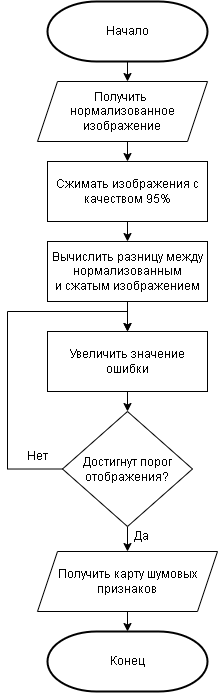
Earlier version of the draw.io export doc/tex/img/algorithm.png (jokerva1010123/BMSTU-Diplom-Magis). Source tidied: cells renumbered, new cells last; positions are measured from the earlier drawing's top-left corner, leaving out a move shared by most shapes.
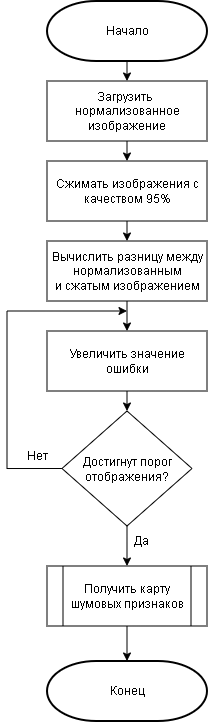
The same diagram one commit later.

Diff of the diagram source:
```diff
@@ -11,7 +11,7 @@
       <mxGeometry x="40" width="160" height="60" as="geometry" />
     </mxCell>
     <mxCell id="4" value="Конец" style="strokeWidth=2;html=1;shape=mxgraph.flowchart.terminator;whiteSpace=wrap;" parent="1" vertex="1">
-      <mxGeometry x="40" y="630" width="160" height="60" as="geometry" />
+      <mxGeometry x="40" y="660" width="160" height="60" as="geometry" />
     </mxCell>
     <mxCell id="5" style="edgeStyle=orthogonalEdgeStyle;rounded=0;jettySize=auto;html=1;exitX=0.5;exitY=1;exitDx=0;exitDy=0;entryX=0.5;entryY=0;entryDx=0;entryDy=0;" parent="1" edge="1" target="7">
       <mxGeometry relative="1" as="geometry">
@@ -36,8 +36,9 @@
     <mxCell id="11" value="Увеличить значение ошибки" style="rounded=0;whiteSpace=wrap;html=1;" parent="1" vertex="1">
       <mxGeometry x="40" y="330" width="160" height="60" as="geometry" />
     </mxCell>
-    <mxCell id="12" style="edgeStyle=orthogonalEdgeStyle;rounded=0;jettySize=auto;html=1;exitX=0;exitY=0.5;exitDx=0;exitDy=0;entryX=0.5;entryY=0;entryDx=0;entryDy=0;" parent="1" edge="1" source="14" target="11">
+    <mxCell id="12" style="edgeStyle=orthogonalEdgeStyle;rounded=0;jettySize=auto;html=1;exitX=0;exitY=0.5;exitDx=0;exitDy=0;" parent="1" edge="1" source="14">
       <mxGeometry relative="1" as="geometry">
+        <mxPoint x="120" y="310" as="targetPoint" />
         <Array as="points">
           <mxPoint y="468" />
           <mxPoint y="310" />
@@ -45,28 +46,26 @@
         </Array>
       </mxGeometry>
     </mxCell>
-    <mxCell id="13" style="edgeStyle=orthogonalEdgeStyle;rounded=0;jettySize=auto;html=1;" parent="1" edge="1" source="14" target="16">
+    <mxCell id="13" style="edgeStyle=orthogonalEdgeStyle;rounded=0;jettySize=auto;html=1;entryX=0.5;entryY=0;entryDx=0;entryDy=0;" parent="1" edge="1" source="14" target="16">
       <mxGeometry relative="1" as="geometry" />
     </mxCell>
     <mxCell id="14" value="Достигнут порог отображения?" style="rhombus;whiteSpace=wrap;html=1;" parent="1" vertex="1">
       <mxGeometry x="55" y="410" width="130" height="115" as="geometry" />
     </mxCell>
-    <mxCell id="15" style="edgeStyle=orthogonalEdgeStyle;rounded=0;jettySize=auto;html=1;exitX=0.5;exitY=1;exitDx=0;exitDy=0;entryX=0.5;entryY=0;entryDx=0;entryDy=0;entryPerimeter=0;" parent="1" edge="1" target="4">
-      <mxGeometry relative="1" as="geometry">
-        <mxPoint x="120" y="595" as="sourcePoint" />
-      </mxGeometry>
+    <mxCell id="15" style="edgeStyle=orthogonalEdgeStyle;rounded=0;jettySize=auto;html=1;exitX=0.5;exitY=1;exitDx=0;exitDy=0;entryX=0.5;entryY=0;entryDx=0;entryDy=0;entryPerimeter=0;" parent="1" edge="1" source="16" target="4">
+      <mxGeometry relative="1" as="geometry" />
     </mxCell>
-    <mxCell id="16" value="Получить карту шумовых признаков" style="shape=parallelogram;perimeter=parallelogramPerimeter;whiteSpace=wrap;html=1;fixedSize=1;" parent="1" vertex="1">
-      <mxGeometry x="30" y="550" width="180" height="60" as="geometry" />
-    </mxCell>
-    <mxCell id="17" value="Получить&amp;nbsp;&lt;div&gt;нормализованное изображение&lt;/div&gt;" style="shape=parallelogram;perimeter=parallelogramPerimeter;whiteSpace=wrap;html=1;fixedSize=1;" parent="1" vertex="1">
-      <mxGeometry x="30" y="80" width="170" height="60" as="geometry" />
-    </mxCell>
     <mxCell id="18" value="Да" style="text;html=1;whiteSpace=wrap;strokeColor=none;fillColor=none;align=center;verticalAlign=middle;rounded=0;" parent="1" vertex="1">
-      <mxGeometry x="104" y="520" width="60" height="30" as="geometry" />
+      <mxGeometry x="104" y="525" width="60" height="30" as="geometry" />
     </mxCell>
     <mxCell id="19" value="Нет" style="text;html=1;whiteSpace=wrap;strokeColor=none;fillColor=none;align=center;verticalAlign=middle;rounded=0;" parent="1" vertex="1">
       <mxGeometry y="440" width="60" height="30" as="geometry" />
     </mxCell>
+    <mxCell id="16" value="Получить карту шумовых признаков" style="shape=process;whiteSpace=wrap;html=1;backgroundOutline=1;" parent="1" vertex="1">
+      <mxGeometry x="40" y="565" width="160" height="60" as="geometry" />
+    </mxCell>
+    <mxCell id="20" value="&lt;div&gt;Загрузить&amp;nbsp;&lt;/div&gt;&lt;div&gt;нормализованное изображение&lt;/div&gt;" style="rounded=0;whiteSpace=wrap;html=1;" parent="1" vertex="1">
+      <mxGeometry x="40" y="80" width="160" height="60" as="geometry" />
+    </mxCell>
   </root>
 </mxGraphModel>
```
